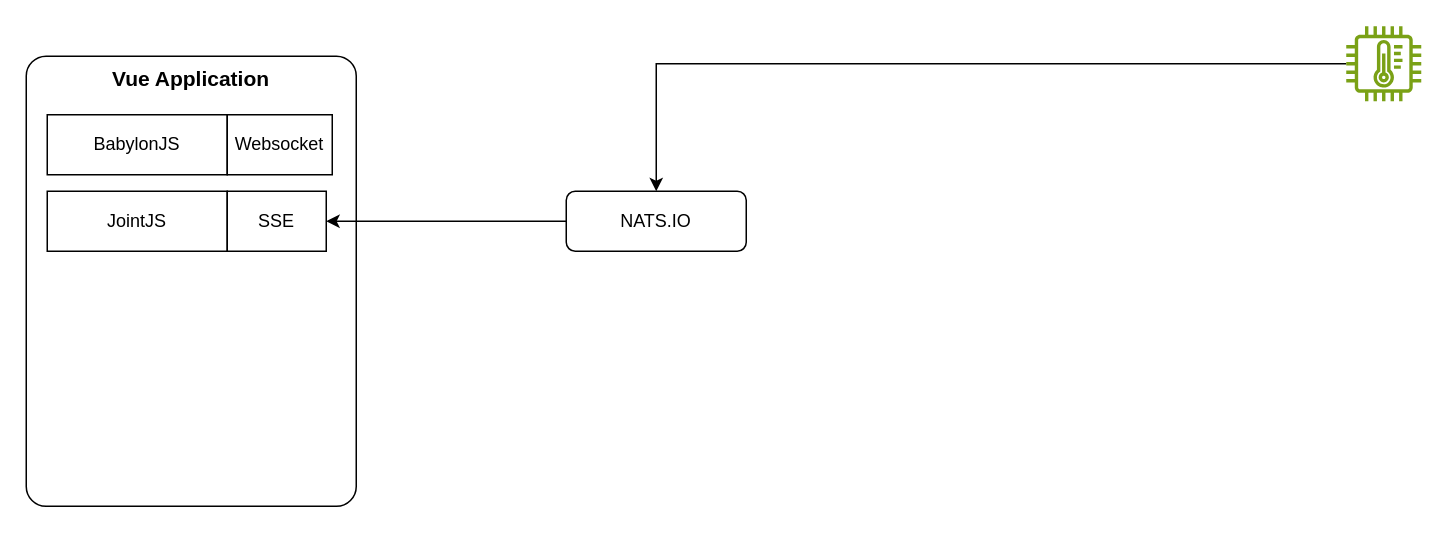
Bugging-Bot/vue-enterprise-boilerplate keeps this draw.io diagram as page "Page-1" (1 of 2) of docs/VueBoilerPlateArchitecture.drawio. Above is the earlier version. Source tidied: cells renumbered, new cells numbered last; positions are measured from the earlier drawing's top-left corner, leaving out a move shared by most shapes. Both pictures are drawn from the tidied source at 150%, with x=0, y=0 at pixel (26, 26).
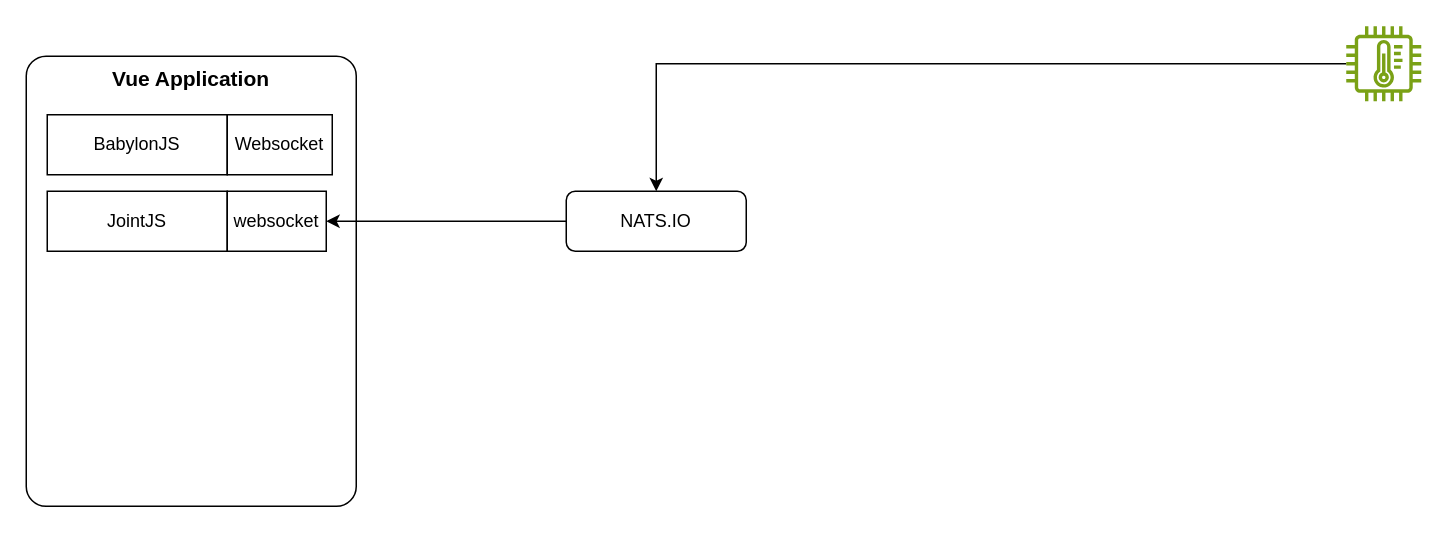
Above is the later version.

The edit, as a diff of the source:
```diff
@@
 <mxGraphModel>
   <root>
     <mxCell id="0" />
     <mxCell id="1" parent="0" />
     <mxCell id="2" value="&lt;font style=&quot;font-size: 14px;&quot;&gt;&lt;b&gt;Vue Application&lt;/b&gt;&lt;/font&gt;" style="rounded=1;whiteSpace=wrap;html=1;arcSize=6;verticalAlign=top;" parent="1" vertex="1">
       <mxGeometry y="20" width="220" height="300" as="geometry" />
     </mxCell>
     <mxCell id="3" value="BabylonJS" style="rounded=0;whiteSpace=wrap;html=1;" parent="1" vertex="1">
       <mxGeometry x="14" y="59" width="120" height="40" as="geometry" />
     </mxCell>
     <mxCell id="4" value="JointJS" style="rounded=0;whiteSpace=wrap;html=1;" parent="1" vertex="1">
       <mxGeometry x="14" y="110" width="120" height="40" as="geometry" />
     </mxCell>
-    <mxCell id="5" value="SSE" style="rounded=0;whiteSpace=wrap;html=1;" parent="1" vertex="1">
+    <mxCell id="5" value="websocket" style="rounded=0;whiteSpace=wrap;html=1;" parent="1" vertex="1">
       <mxGeometry x="134" y="110" width="66" height="40" as="geometry" />
     </mxCell>
     <mxCell id="6" value="Websocket" style="rounded=0;whiteSpace=wrap;html=1;" parent="1" vertex="1">
       <mxGeometry x="134" y="59" width="70" height="40" as="geometry" />
     </mxCell>
     <mxCell id="7" style="edgeStyle=orthogonalEdgeStyle;rounded=0;jettySize=auto;html=1;entryX=1;entryY=0.5;entryDx=0;entryDy=0;" parent="1" edge="1" source="8" target="5">
       <mxGeometry relative="1" as="geometry" />
     </mxCell>
     <mxCell id="8" value="NATS.IO" style="rounded=1;whiteSpace=wrap;html=1;" parent="1" vertex="1">
       <mxGeometry x="360" y="110" width="120" height="40" as="geometry" />
     </mxCell>
     <mxCell id="9" style="edgeStyle=orthogonalEdgeStyle;rounded=0;jettySize=auto;html=1;entryX=0.5;entryY=0;entryDx=0;entryDy=0;" parent="1" edge="1" source="10" target="8">
       <mxGeometry relative="1" as="geometry" />
     </mxCell>
     <mxCell id="10" style="sketch=0;outlineConnect=0;fontColor=#232F3E;gradientColor=none;fillColor=#7AA116;strokeColor=none;dashed=0;verticalLabelPosition=bottom;verticalAlign=top;align=center;html=1;fontSize=12;fontStyle=0;shape=mxgraph.aws4.iot_thing_temperature_sensor;" parent="1" vertex="1">
       <mxGeometry x="880" width="50" height="50" as="geometry" />
     </mxCell>
   </root>
 </mxGraphModel>
```
